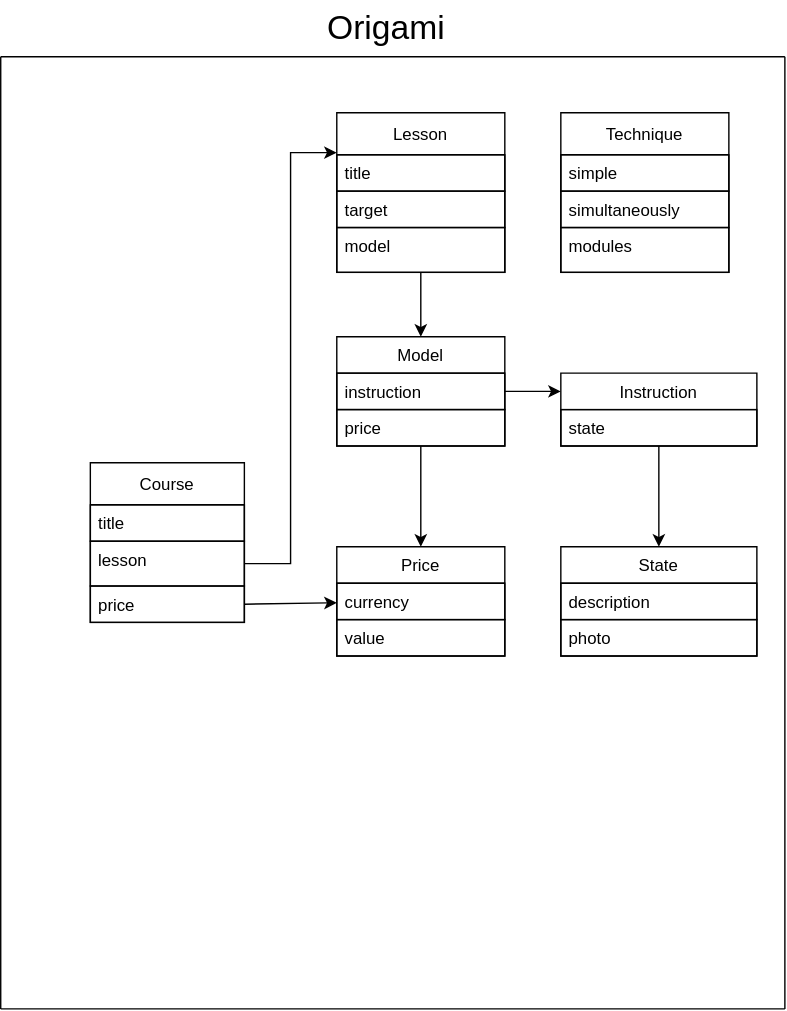
This is project_entities.svg from NikBulatov/web_patterns, a draw.io export, as it was before one commit. Source tidied: cells renumbered, new cells last; positions are measured from the earlier drawing's top-left corner, leaving out a move shared by most shapes.
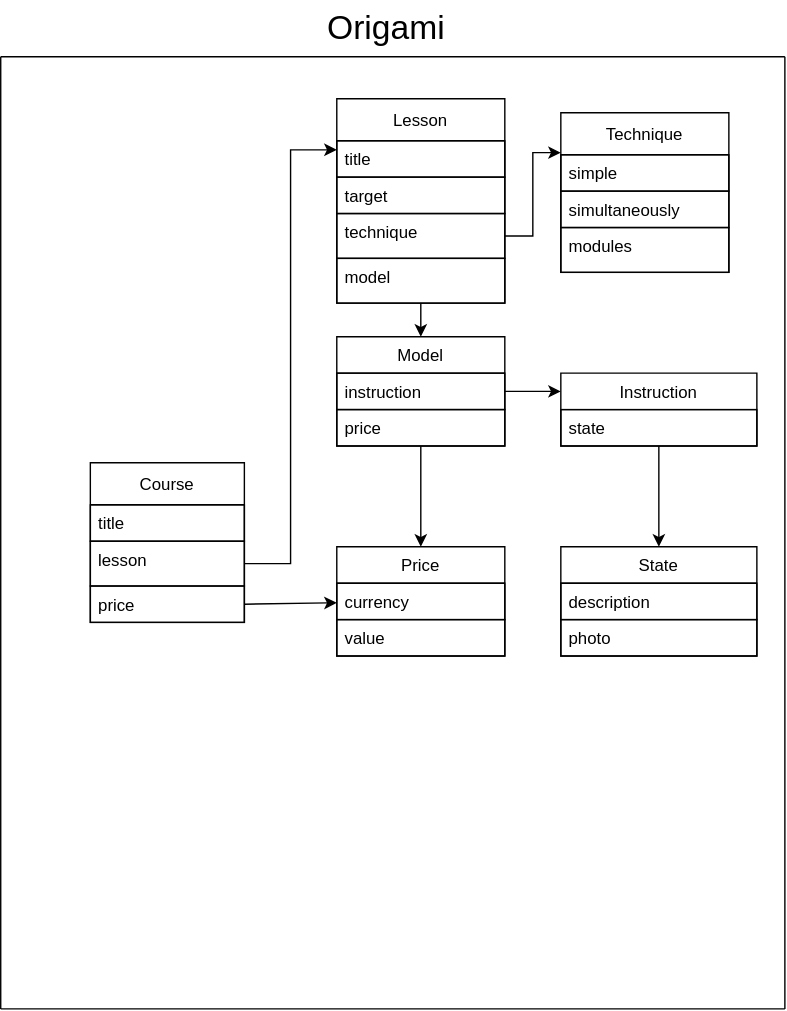
The same file after the commit.

Diff of the diagram source:
```diff
@@ -99,7 +99,7 @@
       <mxGeometry relative="1" as="geometry" />
     </mxCell>
     <mxCell id="30" value="Lesson" style="swimlane;fontStyle=0;horizontal=1;startSize=30;fillColor=none;" parent="1" vertex="1">
-      <mxGeometry x="240" y="80" width="120" height="114" as="geometry" />
+      <mxGeometry x="240" y="70" width="120" height="146" as="geometry" />
     </mxCell>
     <mxCell id="31" value="title" style="text;strokeColor=default;fillColor=none;align=left;verticalAlign=top;spacingLeft=4;spacingRight=4;overflow=hidden;" parent="30" vertex="1">
       <mxGeometry y="30" width="120" height="26" as="geometry" />
@@ -107,8 +107,11 @@
     <mxCell id="32" value="target" style="text;strokeColor=default;fillColor=none;align=left;verticalAlign=top;spacingLeft=4;spacingRight=4;overflow=hidden;" parent="30" vertex="1">
       <mxGeometry y="56" width="120" height="26" as="geometry" />
     </mxCell>
+    <mxCell id="36" value="technique" style="text;strokeColor=default;fillColor=none;align=left;verticalAlign=top;spacingLeft=4;spacingRight=4;overflow=hidden;points=[[0,0.5],[1,0.5]];portConstraint=eastwest;" parent="30" vertex="1">
+      <mxGeometry y="82" width="120" height="32" as="geometry" />
+    </mxCell>
     <mxCell id="33" value="model" style="text;strokeColor=default;fillColor=none;align=left;verticalAlign=top;spacingLeft=4;spacingRight=4;overflow=hidden;points=[[0,0.5],[1,0.5]];portConstraint=eastwest;" parent="30" vertex="1">
-      <mxGeometry y="82" width="120" height="32" as="geometry" />
+      <mxGeometry y="114" width="120" height="32" as="geometry" />
     </mxCell>
     <mxCell id="34" style="rounded=0;jettySize=auto;html=1;entryX=0.5;entryY=0;entryDx=0;entryDy=0;" parent="1" edge="1" source="33" target="7">
       <mxGeometry relative="1" as="geometry" />
@@ -116,5 +119,8 @@
     <mxCell id="35" style="edgeStyle=orthogonalEdgeStyle;rounded=0;jettySize=auto;html=1;entryX=0;entryY=0.25;entryDx=0;entryDy=0;" parent="1" edge="1" source="27" target="30">
       <mxGeometry relative="1" as="geometry" />
     </mxCell>
+    <mxCell id="37" style="edgeStyle=orthogonalEdgeStyle;rounded=0;jettySize=auto;html=1;entryX=0;entryY=0.25;entryDx=0;entryDy=0;" parent="1" edge="1" source="36" target="18">
+      <mxGeometry relative="1" as="geometry" />
+    </mxCell>
   </root>
 </mxGraphModel>
```
